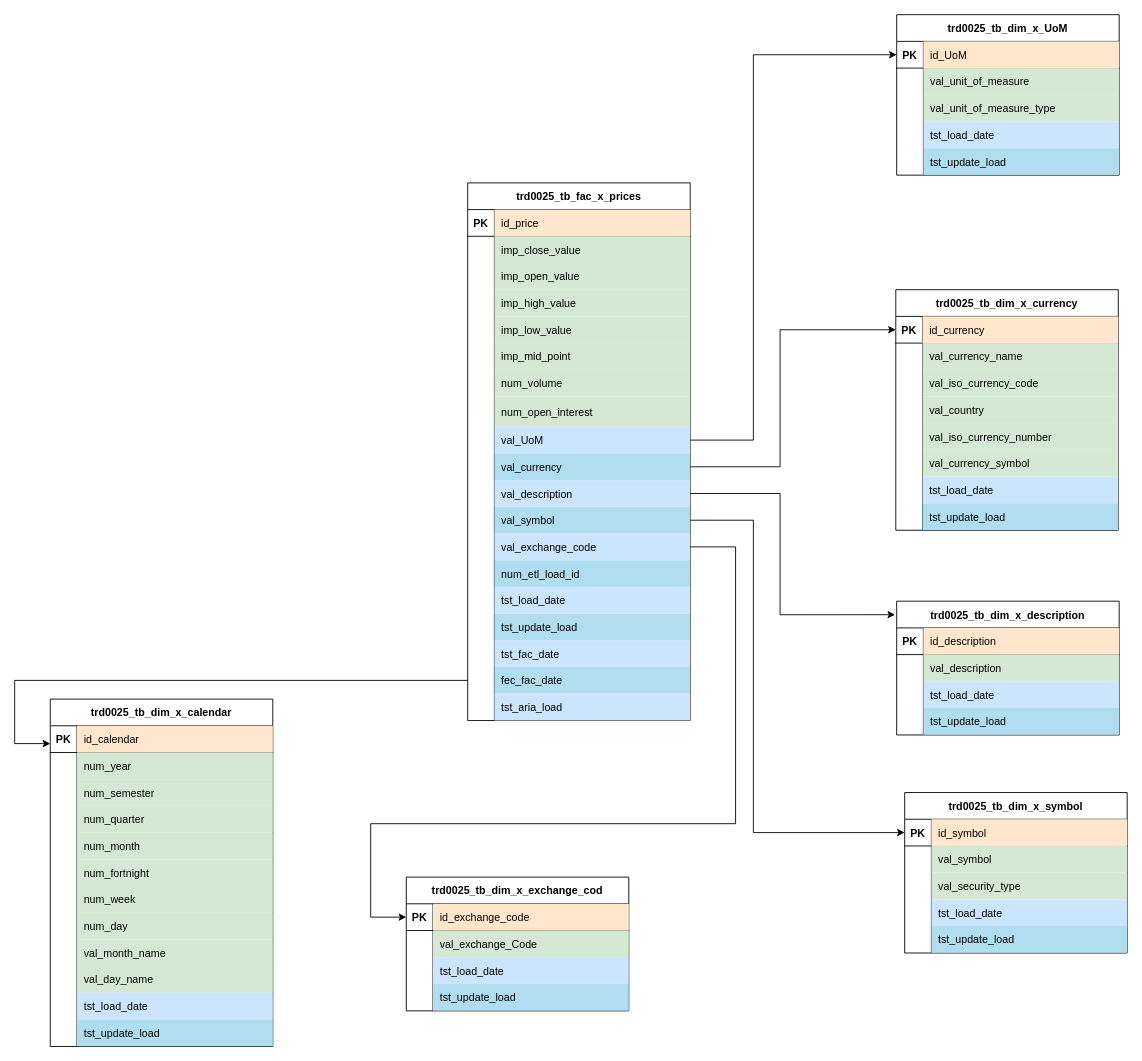
Before: ModeloDatosMiniPoc.drawio in robertoOlmedo/TDDPublic, a draw.io diagram. Source tidied: cells renumbered, new cells numbered last; positions are measured from the earlier drawing's top-left corner, leaving out a move shared by most shapes. Both pictures are drawn from the tidied source at 89%, with x=0, y=0 at pixel (14, 14).
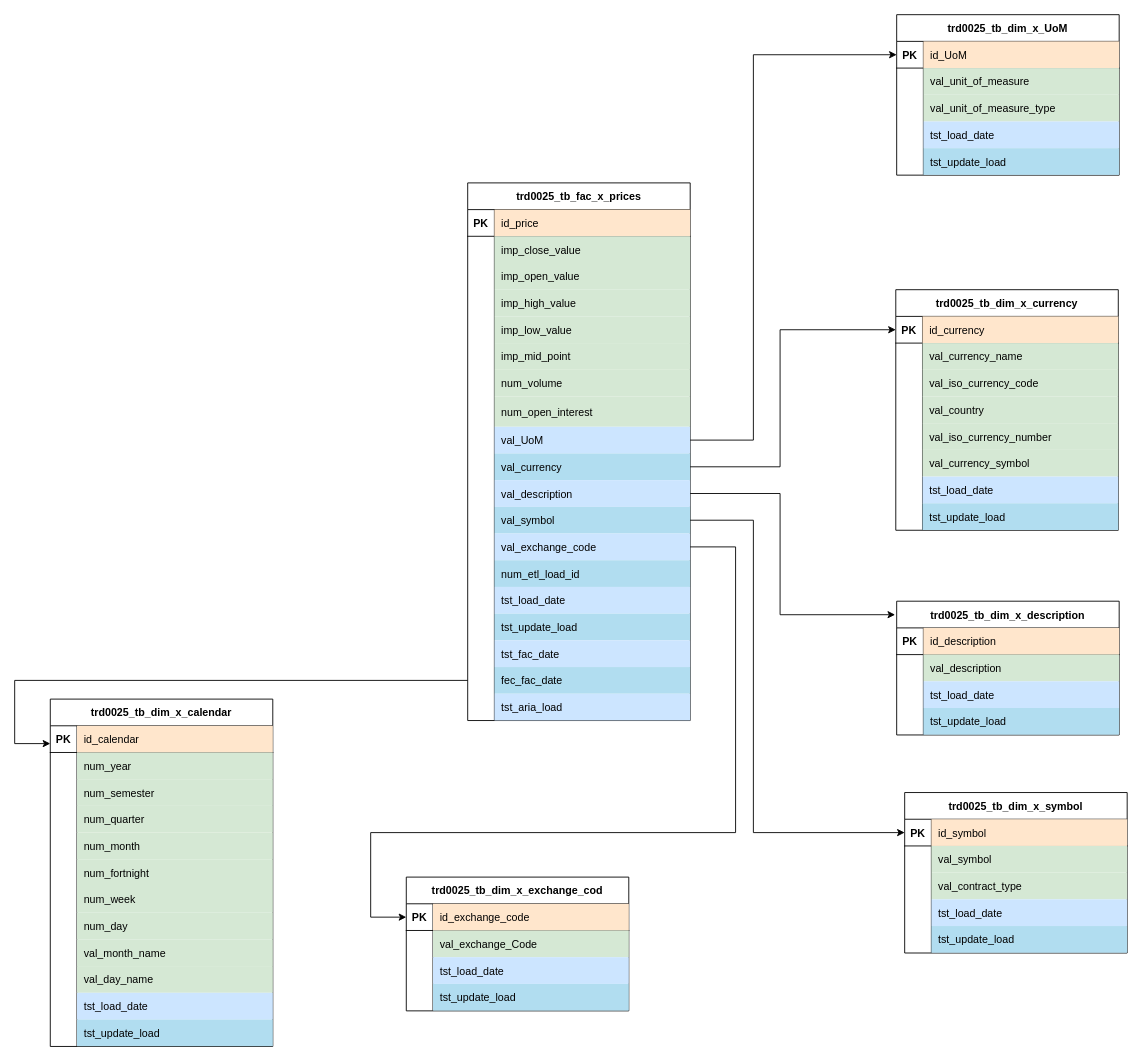
After the change.

Commit message:
Movida Flecha para estar a la misma altura

Unchanged cells that the change refers to:
```xml
<mxCell id="39" style="shape=partialRectangle;fillColor=none;points=[[0,0.5],[1,0.5]];portConstraint=eastwest;top=0;left=0;right=0;bottom=0;rounded=0;" parent="2" vertex="1">
  <mxGeometry y="394" width="250" height="30" as="geometry" />
</mxCell>
<mxCell id="108" style="shape=partialRectangle;fillColor=none;top=0;left=0;right=0;bottom=0;rounded=0;" parent="101" vertex="1">
  <mxGeometry y="90" width="250" height="30" as="geometry" />
</mxCell>
<mxCell id="173" style="shape=partialRectangle;fillColor=none;points=[[0,0.5],[1,0.5]];portConstraint=eastwest;top=0;left=0;right=0;bottom=1;rounded=0;" parent="172" vertex="1">
  <mxGeometry y="30" width="250" height="30" as="geometry" />
</mxCell>
```

The edit, as a diff of the source:
```diff
@@
-    <mxCell id="110" value="val_security_type" style="shape=partialRectangle;overflow=hidden;fillColor=#d5e8d4;top=0;left=0;bottom=0;right=0;align=left;spacingLeft=6;strokeColor=#82b366;perimeterSpacing=1;rounded=0;" parent="108" vertex="1">
+    <mxCell id="110" value="val_contract_type" style="shape=partialRectangle;overflow=hidden;fillColor=#d5e8d4;top=0;left=0;bottom=0;right=0;align=left;spacingLeft=6;strokeColor=#82b366;perimeterSpacing=1;rounded=0;" parent="108" vertex="1">
       <mxGeometry x="30" width="220" height="30" as="geometry" />
     </mxCell>
@@
     <mxCell id="185" style="edgeStyle=orthogonalEdgeStyle;rounded=0;jettySize=auto;html=1;entryX=0;entryY=0.5;entryDx=0;entryDy=0;" parent="1" edge="1" source="39" target="173">
       <mxGeometry relative="1" as="geometry">
         <Array as="points">
           <mxPoint x="810" y="598" />
-          <mxPoint x="810" y="909" />
-          <mxPoint x="400" y="909" />
+          <mxPoint x="810" y="919" />
+          <mxPoint x="400" y="919" />
           <mxPoint x="400" y="1014" />
         </Array>
       </mxGeometry>
     </mxCell>
```
